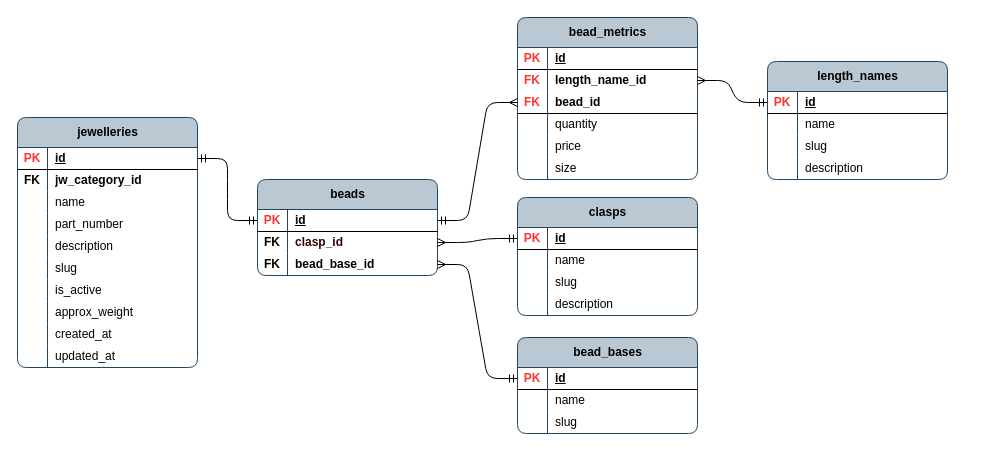
Before: page "Copy of jw_bead_props" (13 of 15) of publisher/laravel-app/psql_jewellery_items.drawio in Local-development-environment/msg-brokers-publisher-consumer, a draw.io diagram. Source tidied: cells renumbered, new cells numbered last; positions are measured from the earlier drawing's top-left corner, leaving out a move shared by most shapes. Both pictures are drawn from the tidied source at 100%, with x=0, y=0 at pixel (17, 17).
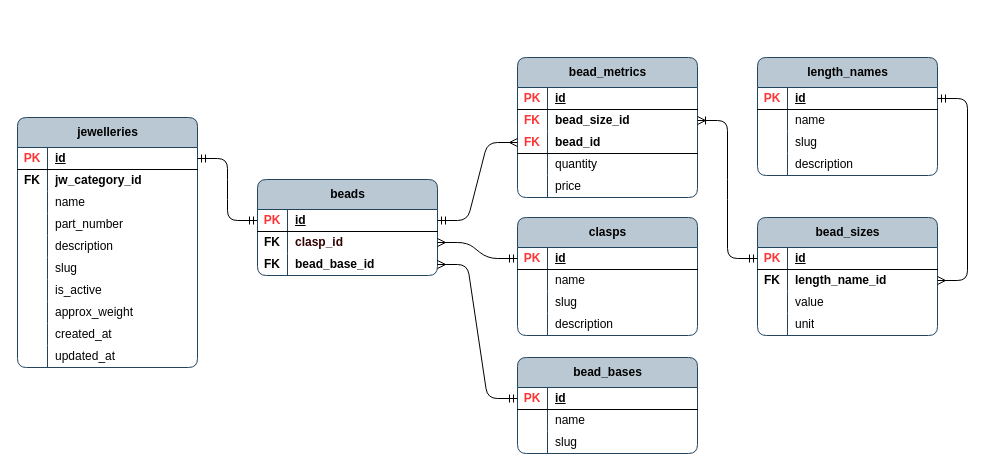
The same diagram, later.

Commit message (it also covers changes not shown here):
it was fixed bead size list enum

Unchanged cells that the change refers to:
```xml
<mxCell id="51" style="shape=tableRow;horizontal=0;startSize=0;swimlaneHead=0;swimlaneBody=0;fillColor=none;points=[[0,0.5],[1,0.5]];portConstraint=eastwest;top=0;left=0;right=0;bottom=1;rounded=0;" parent="44" vertex="1">
  <mxGeometry y="74" width="180" height="22" as="geometry" />
</mxCell>
<mxCell id="91" style="shape=tableRow;horizontal=0;startSize=0;swimlaneHead=0;swimlaneBody=0;fillColor=none;points=[[0,0.5],[1,0.5]];portConstraint=eastwest;top=0;left=0;right=0;bottom=1;rounded=0;" parent="90" vertex="1">
  <mxGeometry y="30" width="180" height="22" as="geometry" />
</mxCell>
```

The edit, as a diff of the source:
```diff
@@
     <mxCell id="44" value="bead_metrics" style="shape=table;startSize=30;childLayout=tableLayout;rowLines=0;fontStyle=1;align=center;html=1;rounded=1;swimlaneFillColor=none;fillColor=#bac8d3;strokeColor=#23445d;columnLines=1;arcSize=10;" parent="1" vertex="1">
-      <mxGeometry x="500" width="180" height="162" as="geometry" />
+      <mxGeometry x="500" y="40" width="180" height="140" as="geometry" />
     </mxCell>
@@
-    <mxCell id="48" style="shape=tableRow;horizontal=0;startSize=0;swimlaneHead=0;swimlaneBody=0;fillColor=none;points=[[0,0.5],[1,0.5]];portConstraint=eastwest;top=0;left=0;right=0;bottom=0;rounded=0;" parent="44" vertex="1">
-      <mxGeometry y="52" width="180" height="22" as="geometry" />
-    </mxCell>
-    <mxCell id="49" value="&lt;b&gt;&lt;font style=&quot;color: rgb(255, 51, 51);&quot;&gt;FK&lt;/font&gt;&lt;/b&gt;" style="shape=partialRectangle;fillColor=none;top=0;left=0;bottom=0;right=0;overflow=hidden;whiteSpace=wrap;html=1;" parent="48" vertex="1">
-      <mxGeometry width="30" height="22" as="geometry" />
-    </mxCell>
-    <mxCell id="50" value="&lt;b&gt;length_name_id&lt;/b&gt;" style="shape=partialRectangle;fillColor=none;top=0;left=0;bottom=0;right=0;align=left;spacingLeft=6;overflow=hidden;whiteSpace=wrap;html=1;" parent="48" vertex="1">
-      <mxGeometry x="30" width="150" height="22" as="geometry" />
-    </mxCell>
+    <mxCell id="60" style="shape=tableRow;horizontal=0;startSize=0;swimlaneHead=0;swimlaneBody=0;fillColor=none;points=[[0,0.5],[1,0.5]];portConstraint=eastwest;top=0;left=0;right=0;bottom=0;rounded=0;" parent="44" vertex="1">
+      <mxGeometry y="52" width="180" height="22" as="geometry" />
+    </mxCell>
+    <mxCell id="61" value="&lt;b&gt;&lt;font style=&quot;color: rgb(255, 51, 51);&quot;&gt;FK&lt;/font&gt;&lt;/b&gt;" style="shape=partialRectangle;fillColor=none;top=0;left=0;bottom=0;right=0;overflow=hidden;whiteSpace=wrap;html=1;" parent="60" vertex="1">
+      <mxGeometry width="30" height="22" as="geometry" />
+    </mxCell>
+    <mxCell id="62" value="&lt;b&gt;bead_size_id&lt;/b&gt;" style="shape=partialRectangle;fillColor=none;top=0;left=0;bottom=0;right=0;align=left;spacingLeft=6;overflow=hidden;whiteSpace=wrap;html=1;" parent="60" vertex="1">
+      <mxGeometry x="30" width="150" height="22" as="geometry" />
+    </mxCell>
@@
-    <mxCell id="52" value="&lt;b&gt;&lt;font style=&quot;color: rgb(255, 51, 51);&quot;&gt;FK&lt;/font&gt;&lt;/b&gt;" style="shape=partialRectangle;fillColor=none;top=0;left=0;bottom=0;right=0;overflow=hidden;whiteSpace=wrap;html=1;" parent="51" vertex="1">
+    <mxCell id="52" value="&lt;b&gt;&lt;font style=&quot;color: rgb(255, 51, 51);&quot;&gt;FK&lt;/font&gt;&lt;/b&gt;" style="shape=partialRectangle;fillColor=none;top=0;left=0;bottom=0;right=0;overflow=hidden;whiteSpace=wrap;html=1;strokeColor=default;" parent="51" vertex="1">
       <mxGeometry width="30" height="22" as="geometry" />
     </mxCell>
@@
-    <mxCell id="60" style="shape=tableRow;horizontal=0;startSize=0;swimlaneHead=0;swimlaneBody=0;fillColor=none;points=[[0,0.5],[1,0.5]];portConstraint=eastwest;top=0;left=0;right=0;bottom=0;rounded=0;" parent="44" vertex="1">
-      <mxGeometry y="140" width="180" height="22" as="geometry" />
-    </mxCell>
-    <mxCell id="61" style="shape=partialRectangle;fillColor=none;top=0;left=0;bottom=0;right=0;overflow=hidden;whiteSpace=wrap;html=1;" parent="60" vertex="1">
-      <mxGeometry width="30" height="22" as="geometry" />
-    </mxCell>
-    <mxCell id="62" value="size" style="shape=partialRectangle;fillColor=none;top=0;left=0;bottom=0;right=0;align=left;spacingLeft=6;overflow=hidden;whiteSpace=wrap;html=1;" parent="60" vertex="1">
-      <mxGeometry x="30" width="150" height="22" as="geometry" />
-    </mxCell>
     <mxCell id="63" value="clasps" style="shape=table;startSize=30;childLayout=tableLayout;rowLines=0;fontStyle=1;align=center;html=1;rounded=1;swimlaneFillColor=none;fillColor=#bac8d3;strokeColor=#23445d;columnLines=1;arcSize=10;" parent="1" vertex="1">
-      <mxGeometry x="500" y="180" width="180" height="118" as="geometry" />
+      <mxGeometry x="500" y="200" width="180" height="118" as="geometry" />
     </mxCell>
@@
-    <mxCell id="78" style="edgeStyle=entityRelationEdgeStyle;fontSize=12;html=1;endArrow=ERmany;rounded=1;curved=0;exitX=0;exitY=0.5;exitDx=0;exitDy=0;entryX=1;entryY=0.5;entryDx=0;entryDy=0;startArrow=ERmandOne;startFill=0;" parent="1" edge="1" source="91" target="48">
-      <mxGeometry relative="1" as="geometry" />
-    </mxCell>
     <mxCell id="79" value="bead_bases" style="shape=table;startSize=30;childLayout=tableLayout;rowLines=0;fontStyle=1;align=center;html=1;rounded=1;swimlaneFillColor=none;fillColor=#bac8d3;strokeColor=#23445d;columnLines=1;arcSize=10;" parent="1" vertex="1">
-      <mxGeometry x="500" y="320" width="180" height="96" as="geometry" />
+      <mxGeometry x="500" y="340" width="180" height="96" as="geometry" />
     </mxCell>
@@
     <mxCell id="90" value="length_names" style="shape=table;startSize=30;childLayout=tableLayout;rowLines=0;fontStyle=1;align=center;html=1;rounded=1;swimlaneFillColor=none;fillColor=#bac8d3;strokeColor=#23445d;columnLines=1;arcSize=10;" parent="1" vertex="1">
-      <mxGeometry x="750" y="44" width="180" height="118" as="geometry" />
+      <mxGeometry x="740" y="40" width="180" height="118" as="geometry" />
     </mxCell>
@@
+    <mxCell id="103" value="bead_sizes" style="shape=table;startSize=30;childLayout=tableLayout;rowLines=0;fontStyle=1;align=center;html=1;rounded=1;swimlaneFillColor=none;fillColor=#bac8d3;strokeColor=#23445d;columnLines=1;arcSize=10;" parent="1" vertex="1">
+      <mxGeometry x="740" y="200" width="180" height="118" as="geometry" />
+    </mxCell>
+    <mxCell id="104" style="shape=tableRow;horizontal=0;startSize=0;swimlaneHead=0;swimlaneBody=0;fillColor=none;points=[[0,0.5],[1,0.5]];portConstraint=eastwest;top=0;left=0;right=0;bottom=1;rounded=0;" parent="103" vertex="1">
+      <mxGeometry y="30" width="180" height="22" as="geometry" />
+    </mxCell>
+    <mxCell id="105" value="&lt;font color=&quot;#ff3333&quot;&gt;PK&lt;/font&gt;" style="shape=partialRectangle;fillColor=none;top=0;left=0;bottom=0;right=0;fontStyle=1;overflow=hidden;whiteSpace=wrap;html=1;" parent="104" vertex="1">
+      <mxGeometry width="30" height="22" as="geometry" />
+    </mxCell>
+    <mxCell id="106" value="id" style="shape=partialRectangle;fillColor=none;top=0;left=0;bottom=0;right=0;align=left;spacingLeft=6;fontStyle=5;overflow=hidden;whiteSpace=wrap;html=1;" parent="104" vertex="1">
+      <mxGeometry x="30" width="150" height="22" as="geometry" />
+    </mxCell>
+    <mxCell id="48" style="shape=tableRow;horizontal=0;startSize=0;swimlaneHead=0;swimlaneBody=0;fillColor=none;points=[[0,0.5],[1,0.5]];portConstraint=eastwest;top=0;left=0;right=0;bottom=0;rounded=0;" parent="103" vertex="1">
+      <mxGeometry y="52" width="180" height="22" as="geometry" />
+    </mxCell>
+    <mxCell id="49" value="&lt;b&gt;FK&lt;/b&gt;" style="shape=partialRectangle;fillColor=none;top=0;left=0;bottom=0;right=0;overflow=hidden;whiteSpace=wrap;html=1;" parent="48" vertex="1">
+      <mxGeometry width="30" height="22" as="geometry" />
+    </mxCell>
+    <mxCell id="50" value="&lt;b&gt;length_name_id&lt;/b&gt;" style="shape=partialRectangle;fillColor=none;top=0;left=0;bottom=0;right=0;align=left;spacingLeft=6;overflow=hidden;whiteSpace=wrap;html=1;" parent="48" vertex="1">
+      <mxGeometry x="30" width="150" height="22" as="geometry" />
+    </mxCell>
+    <mxCell id="107" style="shape=tableRow;horizontal=0;startSize=0;swimlaneHead=0;swimlaneBody=0;fillColor=none;top=0;left=0;right=0;bottom=0;rounded=0;" parent="103" vertex="1">
+      <mxGeometry y="74" width="180" height="22" as="geometry" />
+    </mxCell>
+    <mxCell id="108" style="shape=partialRectangle;fillColor=none;top=0;left=0;bottom=0;right=0;overflow=hidden;whiteSpace=wrap;html=1;" parent="107" vertex="1">
+      <mxGeometry width="30" height="22" as="geometry" />
+    </mxCell>
+    <mxCell id="109" value="value" style="shape=partialRectangle;fillColor=none;top=0;left=0;bottom=0;right=0;align=left;spacingLeft=6;overflow=hidden;whiteSpace=wrap;html=1;" parent="107" vertex="1">
+      <mxGeometry x="30" width="150" height="22" as="geometry" />
+    </mxCell>
+    <mxCell id="110" style="shape=tableRow;horizontal=0;startSize=0;swimlaneHead=0;swimlaneBody=0;fillColor=none;top=0;left=0;right=0;bottom=0;rounded=0;" parent="103" vertex="1">
+      <mxGeometry y="96" width="180" height="22" as="geometry" />
+    </mxCell>
+    <mxCell id="111" style="shape=partialRectangle;fillColor=none;top=0;left=0;bottom=0;right=0;overflow=hidden;whiteSpace=wrap;html=1;" parent="110" vertex="1">
+      <mxGeometry width="30" height="22" as="geometry" />
+    </mxCell>
+    <mxCell id="112" value="unit" style="shape=partialRectangle;fillColor=none;top=0;left=0;bottom=0;right=0;align=left;spacingLeft=6;overflow=hidden;whiteSpace=wrap;html=1;" parent="110" vertex="1">
+      <mxGeometry x="30" width="150" height="22" as="geometry" />
+    </mxCell>
+    <mxCell id="78" style="edgeStyle=entityRelationEdgeStyle;fontSize=12;html=1;endArrow=ERmany;rounded=1;curved=0;startArrow=ERmandOne;startFill=0;entryX=1;entryY=0.5;entryDx=0;entryDy=0;exitX=1;exitY=0.5;exitDx=0;exitDy=0;" parent="1" edge="1" source="91" target="48">
+      <mxGeometry relative="1" as="geometry" />
+    </mxCell>
+    <mxCell id="113" style="edgeStyle=entityRelationEdgeStyle;fontSize=12;html=1;endArrow=ERmandOne;startArrow=ERoneToMany;rounded=1;curved=0;entryX=0;entryY=0.5;entryDx=0;entryDy=0;exitX=1;exitY=0.5;exitDx=0;exitDy=0;startFill=0;" parent="1" edge="1" source="60" target="104">
+      <mxGeometry relative="1" as="geometry" />
+    </mxCell>
```
